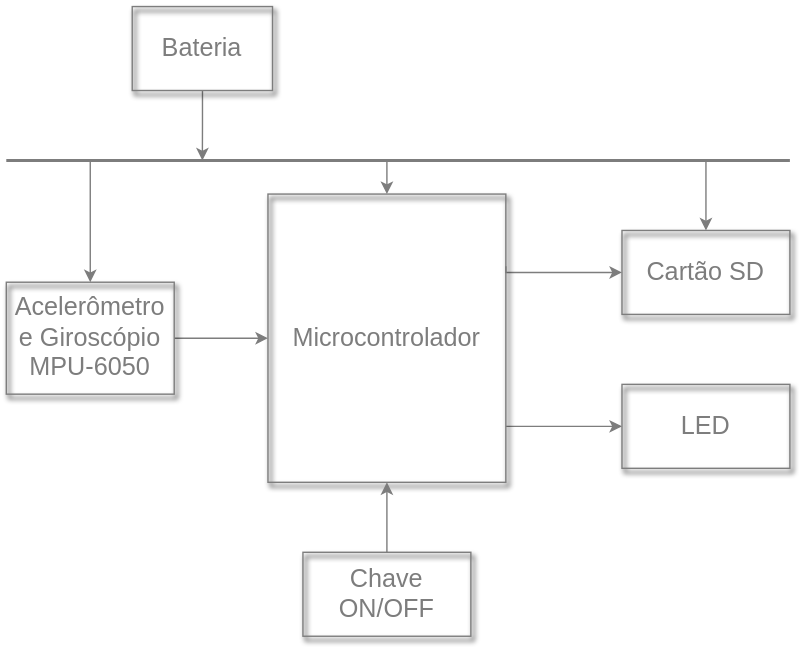
This is projetos/tennistracker/diagrama_estrutural.svg from teaching-FEEC/ea075-2024.1, a draw.io export, as it was before one commit. Source tidied: cells renumbered, new cells last; positions are measured from the earlier drawing's top-left corner, leaving out a move shared by most shapes.
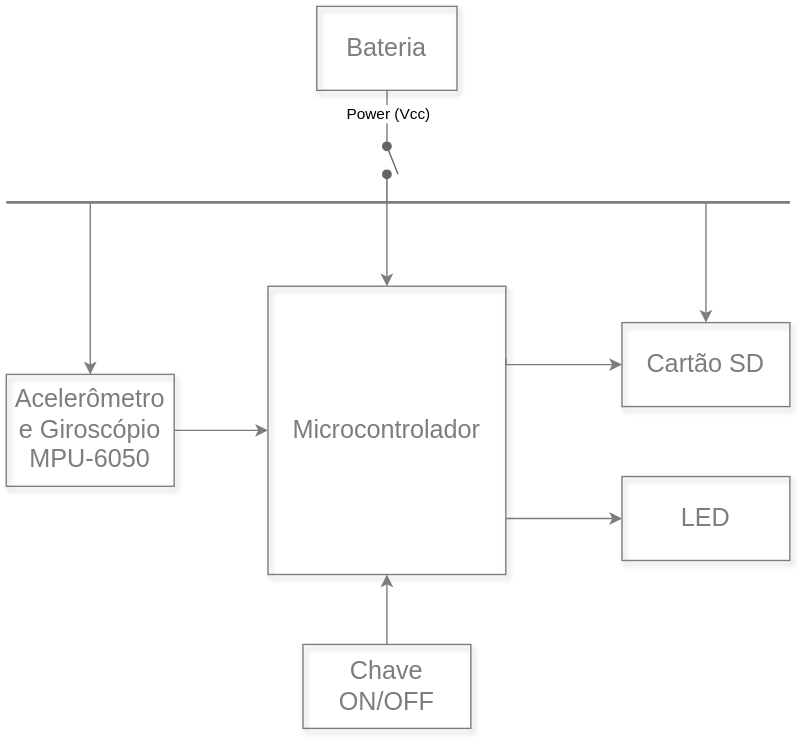
After the change.

What changed in the source:
```diff
@@ -14,7 +14,7 @@
     </mxCell>
     <mxCell id="4" style="edgeStyle=orthogonalEdgeStyle;rounded=0;jettySize=auto;html=1;endArrow=none;endFill=0;startArrow=classic;startFill=1;strokeColor=#7D7D7D;" parent="1" edge="1" source="5">
       <mxGeometry relative="1" as="geometry">
-        <mxPoint x="272" y="110" as="targetPoint" />
+        <mxPoint x="272" y="74" as="targetPoint" />
       </mxGeometry>
     </mxCell>
     <mxCell id="5" value="Microcontrolador" style="whiteSpace=wrap;html=1;shadow=1;fontSize=18;fillColor=none;strokeColor=#7D7D7D;fontColor=#7D7D7D;" parent="1" vertex="1">
@@ -28,7 +28,7 @@
     </mxCell>
     <mxCell id="8" style="edgeStyle=orthogonalEdgeStyle;rounded=0;jettySize=auto;html=1;endArrow=none;endFill=0;startArrow=classic;startFill=1;strokeColor=#7D7D7D;" parent="1" edge="1" source="9">
       <mxGeometry relative="1" as="geometry">
-        <mxPoint x="60" y="110" as="targetPoint" />
+        <mxPoint x="60" y="74" as="targetPoint" />
       </mxGeometry>
     </mxCell>
     <mxCell id="9" value="Acelerômetro&lt;div&gt;e Giroscópio&lt;/div&gt;&lt;div&gt;MPU-6050&lt;br&gt;&lt;/div&gt;" style="whiteSpace=wrap;html=1;shadow=1;fontSize=18;fillColor=none;strokeColor=#7D7D7D;align=center;verticalAlign=middle;fontFamily=Helvetica;fontColor=#7D7D7D;" parent="1" vertex="1">
@@ -40,17 +40,22 @@
     <mxCell id="11" value="Chave ON/OFF" style="whiteSpace=wrap;html=1;shadow=1;fontSize=18;fillColor=none;strokeColor=#7D7D7D;align=center;verticalAlign=middle;fontFamily=Helvetica;fontColor=#7D7D7D;" parent="1" vertex="1">
       <mxGeometry x="212" y="390" width="120" height="60" as="geometry" />
     </mxCell>
-    <mxCell id="12" style="edgeStyle=orthogonalEdgeStyle;rounded=0;jettySize=auto;html=1;strokeColor=#7D7D7D;" parent="1" edge="1" source="13">
+    <mxCell id="12" style="edgeStyle=orthogonalEdgeStyle;rounded=0;jettySize=auto;html=1;strokeColor=#7D7D7D;endArrow=none;endFill=0;" parent="1" edge="1" source="13">
       <mxGeometry relative="1" as="geometry">
-        <mxPoint x="140.1" y="110" as="targetPoint" />
+        <mxPoint x="272" y="34" as="targetPoint" />
       </mxGeometry>
     </mxCell>
+    <mxCell id="17" value="Power (Vcc)" style="edgeLabel;html=1;align=center;verticalAlign=middle;" parent="12" vertex="1">
+      <mxGeometry x="-0.15" y="-1" relative="1" as="geometry">
+        <mxPoint x="1" y="-1" as="offset" />
+      </mxGeometry>
+    </mxCell>
     <mxCell id="13" value="Bateria" style="whiteSpace=wrap;html=1;shadow=1;fontSize=18;fillColor=none;strokeColor=#7D7D7D;align=center;verticalAlign=middle;fontFamily=Helvetica;fontColor=#7D7D7D;" parent="1" vertex="1">
-      <mxGeometry x="90" width="100.2" height="60" as="geometry" />
+      <mxGeometry x="221.9" y="-66" width="100.2" height="60" as="geometry" />
     </mxCell>
     <mxCell id="14" style="edgeStyle=orthogonalEdgeStyle;rounded=0;jettySize=auto;html=1;endArrow=none;endFill=0;startArrow=classic;startFill=1;strokeColor=#7D7D7D;" parent="1" edge="1" source="15">
       <mxGeometry relative="1" as="geometry">
-        <mxPoint x="500" y="110" as="targetPoint" />
+        <mxPoint x="500" y="74" as="targetPoint" />
       </mxGeometry>
     </mxCell>
     <mxCell id="15" value="Cartão SD" style="whiteSpace=wrap;html=1;shadow=1;fontSize=18;fillColor=none;strokeColor=#7D7D7D;align=center;verticalAlign=middle;fontFamily=Helvetica;fontColor=#7D7D7D;" parent="1" vertex="1">
@@ -58,9 +63,21 @@
     </mxCell>
     <mxCell id="16" style="html=1;rounded=0;strokeWidth=2;endArrow=none;endFill=0;strokeColor=#7D7D7D;" parent="1" edge="1">
       <mxGeometry relative="1" as="geometry">
-        <mxPoint y="110" as="sourcePoint" />
-        <mxPoint x="560" y="110" as="targetPoint" />
+        <mxPoint y="74" as="sourcePoint" />
+        <mxPoint x="560" y="74" as="targetPoint" />
       </mxGeometry>
     </mxCell>
+    <mxCell id="18" style="endArrow=oval;html=1;rounded=0;strokeColor=#666666;startArrow=none;startFill=0;endFill=1;" parent="1" edge="1">
+      <mxGeometry relative="1" as="geometry">
+        <mxPoint x="280" y="54" as="sourcePoint" />
+        <mxPoint x="272" y="34" as="targetPoint" />
+      </mxGeometry>
+    </mxCell>
+    <mxCell id="19" style="endArrow=none;html=1;rounded=0;strokeColor=#666666;endFill=0;startArrow=oval;startFill=1;" parent="1" edge="1">
+      <mxGeometry relative="1" as="geometry">
+        <mxPoint x="272" y="54" as="sourcePoint" />
+        <mxPoint x="272" y="74" as="targetPoint" />
+      </mxGeometry>
+    </mxCell>
   </root>
 </mxGraphModel>
```
